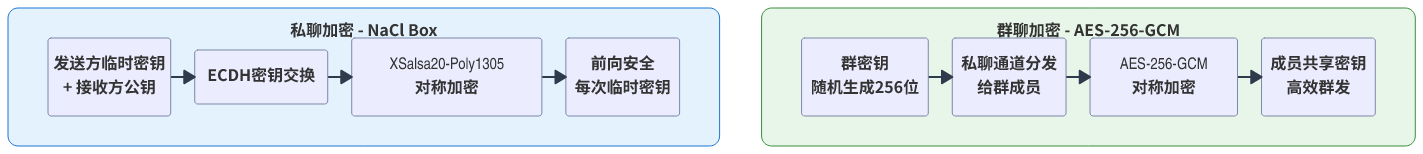
Before: DecentralizedChat/paper/images/fig13_crypto_compare.png, a diagram exported from Mermaid (yixianOu/Dchat). Its source is kept beside it as DecentralizedChat/paper/diagrams/fig13_crypto_compare.mmd.
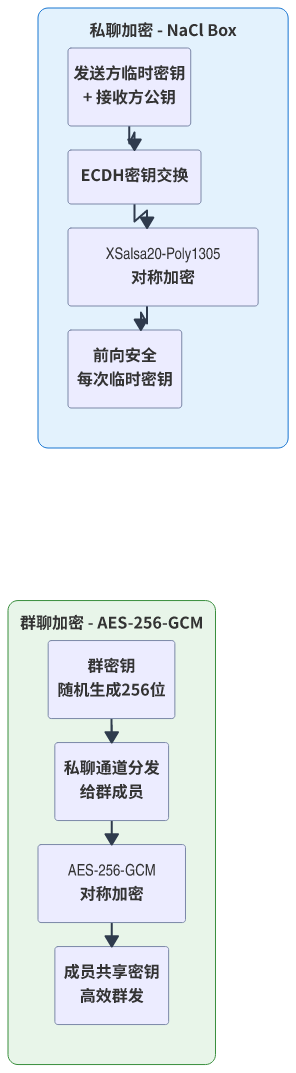
After the commit.

Diff of the diagram source:
```diff
@@ -1,15 +1,19 @@
-graph LR
+graph TB
     subgraph DM["私聊加密 - NaCl Box"]
+        direction TB
         D1["发送方临时密钥<br/>+ 接收方公钥"] --> D2["ECDH密钥交换"]
         D2 --> D3["XSalsa20-Poly1305<br/>对称加密"]
         D3 --> D4["前向安全<br/>每次临时密钥"]
     end
 
     subgraph GRP["群聊加密 - AES-256-GCM"]
+        direction TB
         G1["群密钥<br/>随机生成256位"] --> G2["私聊通道分发<br/>给群成员"]
         G2 --> G3["AES-256-GCM<br/>对称加密"]
         G3 --> G4["成员共享密钥<br/>高效群发"]
     end
 
+    DM ~~~ GRP
+
     style DM fill:#e3f2fd,stroke:#1976d2
     style GRP fill:#e8f5e9,stroke:#388e3c
```
